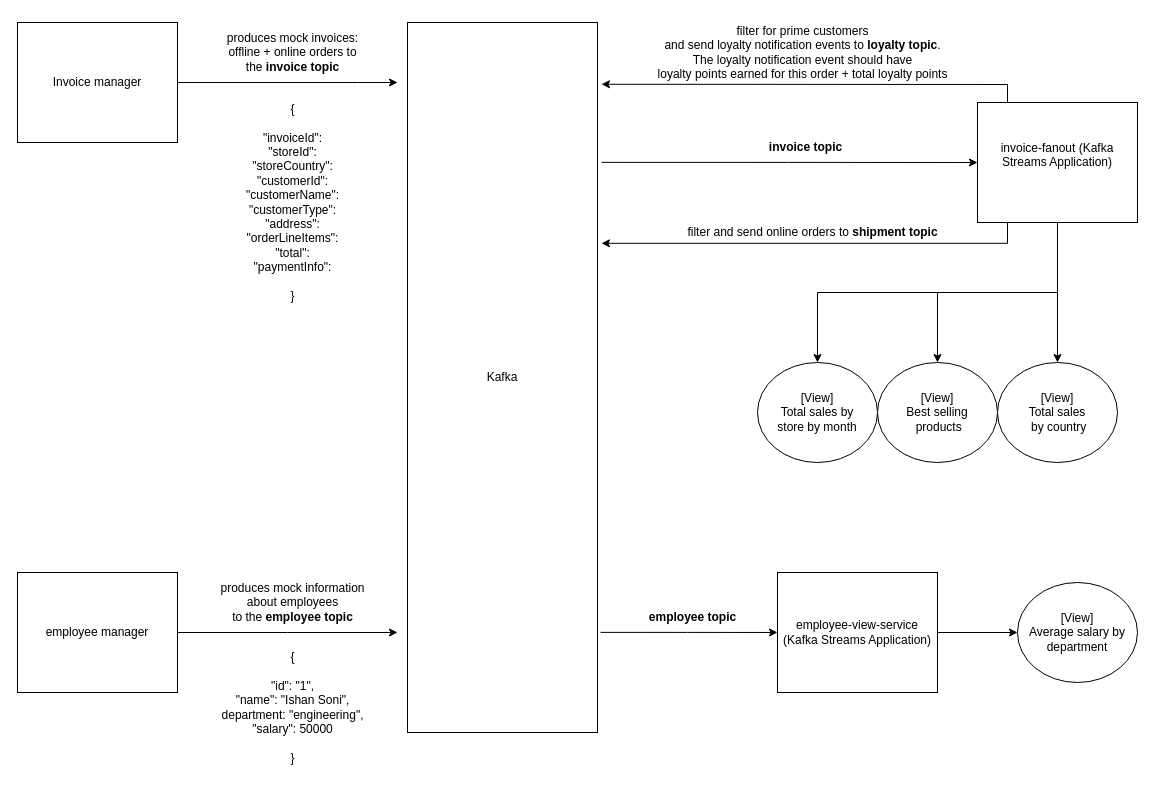
Earlier version of the draw.io diagram retail-service.drawio (ishansoni22/retail-service). Source tidied: cells renumbered, new cells numbered last; positions are measured from the earlier drawing's top-left corner, leaving out a move shared by most shapes. Both pictures are drawn from the tidied source at 100%, with x=0, y=0 at pixel (17, 17).
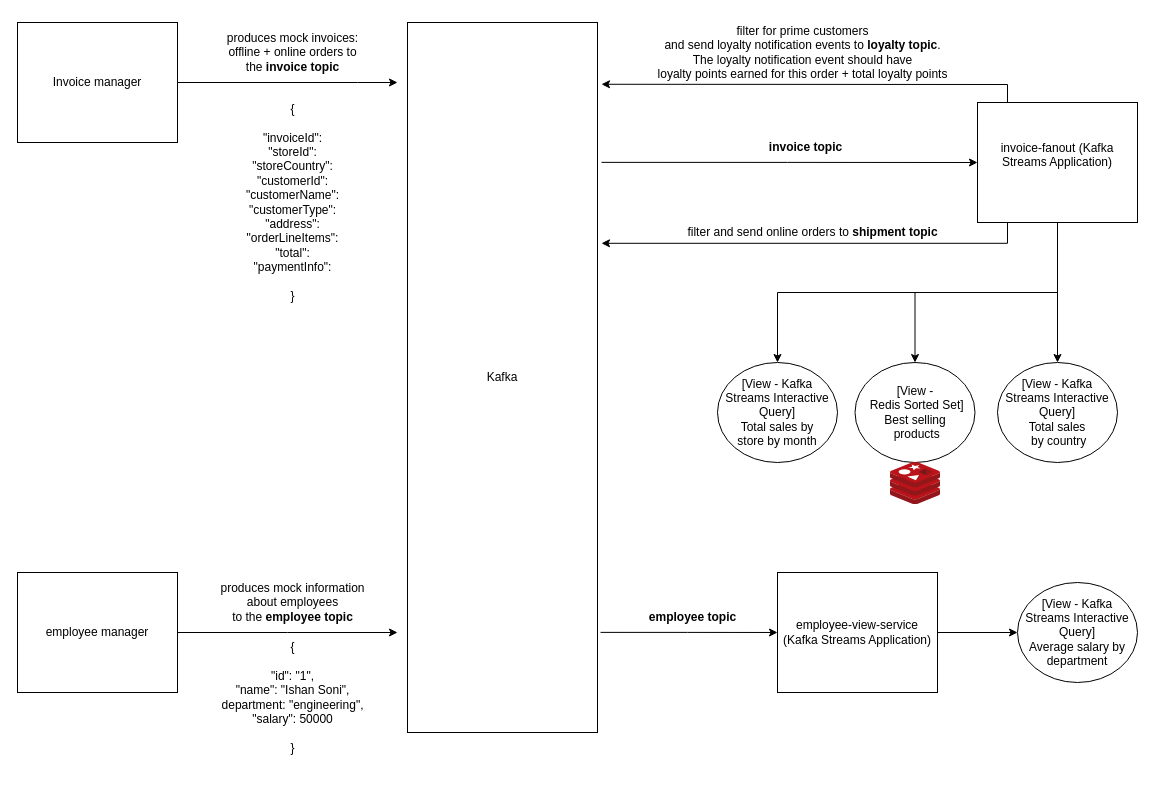
The same diagram, later.

Unchanged cells that the change refers to:
```xml
<mxCell id="11" value="&lt;div&gt;invoice-fanout (Kafka Streams Application)&lt;/div&gt;&lt;div&gt;&lt;br&gt;&lt;/div&gt;" style="rounded=0;whiteSpace=wrap;html=1;" parent="1" vertex="1">
  <mxGeometry x="960" y="85" width="160" height="120" as="geometry" />
</mxCell>
```

Change to the diagram source:
```diff
@@
     <mxCell id="8" style="edgeStyle=orthogonalEdgeStyle;rounded=0;jettySize=auto;html=1;entryX=0.5;entryY=0;entryDx=0;entryDy=0;" parent="1" edge="1" source="11" target="14">
-      <mxGeometry relative="1" as="geometry" />
+      <mxGeometry relative="1" as="geometry">
+        <Array as="points">
+          <mxPoint x="1040" y="275" />
+          <mxPoint x="898" y="275" />
+        </Array>
+      </mxGeometry>
     </mxCell>
@@
     <mxCell id="10" style="edgeStyle=orthogonalEdgeStyle;rounded=0;jettySize=auto;html=1;entryX=0.5;entryY=0;entryDx=0;entryDy=0;" parent="1" edge="1" source="11" target="12">
       <mxGeometry relative="1" as="geometry">
         <Array as="points">
           <mxPoint x="1040" y="275" />
-          <mxPoint x="800" y="275" />
+          <mxPoint x="760" y="275" />
         </Array>
       </mxGeometry>
     </mxCell>
@@
-    <mxCell id="12" value="&lt;div&gt;[View]&lt;/div&gt;&lt;div&gt;Total sales by &lt;br&gt;&lt;/div&gt;&lt;div&gt;store by month &lt;/div&gt;" style="ellipse;whiteSpace=wrap;html=1;" parent="1" vertex="1">
-      <mxGeometry x="740" y="345" width="120" height="100" as="geometry" />
+    <mxCell id="12" value="&lt;div&gt;[View - Kafka Streams Interactive Query]&lt;/div&gt;&lt;div&gt;Total sales by &lt;br&gt;&lt;/div&gt;&lt;div&gt;store by month &lt;/div&gt;" style="ellipse;whiteSpace=wrap;html=1;" parent="1" vertex="1">
+      <mxGeometry x="700" y="345" width="120" height="100" as="geometry" />
     </mxCell>
-    <mxCell id="13" value="&lt;div&gt;[View]&lt;/div&gt;&lt;div&gt;Total sales&lt;/div&gt;&lt;div&gt;&amp;nbsp;by country &lt;/div&gt;" style="ellipse;whiteSpace=wrap;html=1;" parent="1" vertex="1">
+    <mxCell id="13" value="&lt;div&gt;[View - Kafka Streams Interactive Query]&lt;/div&gt;&lt;div&gt;Total sales&lt;/div&gt;&lt;div&gt;&amp;nbsp;by country &lt;/div&gt;" style="ellipse;whiteSpace=wrap;html=1;" parent="1" vertex="1">
       <mxGeometry x="980" y="345" width="120" height="100" as="geometry" />
     </mxCell>
-    <mxCell id="14" value="&lt;div&gt;[View]&lt;/div&gt;&lt;div&gt;Best selling&lt;/div&gt;&lt;div&gt;&amp;nbsp;products&lt;br&gt;&lt;/div&gt;" style="ellipse;whiteSpace=wrap;html=1;" parent="1" vertex="1">
-      <mxGeometry x="860" y="345" width="120" height="100" as="geometry" />
+    <mxCell id="14" value="&lt;div&gt;[View -&lt;/div&gt;&lt;div&gt;&amp;nbsp;Redis Sorted Set]&lt;/div&gt;&lt;div&gt;Best selling&lt;/div&gt;&lt;div&gt;&amp;nbsp;products&lt;br&gt;&lt;/div&gt;" style="ellipse;whiteSpace=wrap;html=1;" parent="1" vertex="1">
+      <mxGeometry x="837.5" y="345" width="120" height="100" as="geometry" />
     </mxCell>
@@
     <mxCell id="20" value="&lt;div&gt;{&lt;/div&gt;&lt;div&gt;&lt;br&gt;&lt;/div&gt;&lt;div&gt;&quot;id&quot;: &quot;1&quot;,&lt;/div&gt;&lt;div&gt;&quot;name&quot;: &quot;Ishan Soni&quot;,&lt;/div&gt;&lt;div&gt;department: &quot;engineering&quot;,&lt;/div&gt;&lt;div&gt;&quot;salary&quot;: 50000&lt;/div&gt;&lt;div&gt;&lt;br&gt;&lt;/div&gt;&lt;div&gt;}&lt;/div&gt;" style="text;html=1;align=center;verticalAlign=middle;strokeColor=none;fillColor=none;" parent="1" vertex="1">
-      <mxGeometry x="190" y="625" width="170" height="130" as="geometry" />
+      <mxGeometry x="190" y="615" width="170" height="130" as="geometry" />
     </mxCell>
@@
-    <mxCell id="25" value="&lt;div&gt;[View]&lt;/div&gt;Average salary by department" style="ellipse;whiteSpace=wrap;html=1;" parent="1" vertex="1">
+    <mxCell id="25" value="&lt;div&gt;[View - Kafka Streams Interactive Query]&lt;/div&gt;Average salary by department" style="ellipse;whiteSpace=wrap;html=1;" parent="1" vertex="1">
       <mxGeometry x="1000" y="565" width="120" height="100" as="geometry" />
     </mxCell>
@@
+    <mxCell id="29" style="sketch=0;html=1;align=center;image;fontSize=12;image=img/lib/mscae/Cache_Redis_Product.svg;" parent="1" vertex="1">
+      <mxGeometry x="873" y="445" width="50" height="42" as="geometry" />
+    </mxCell>
```
